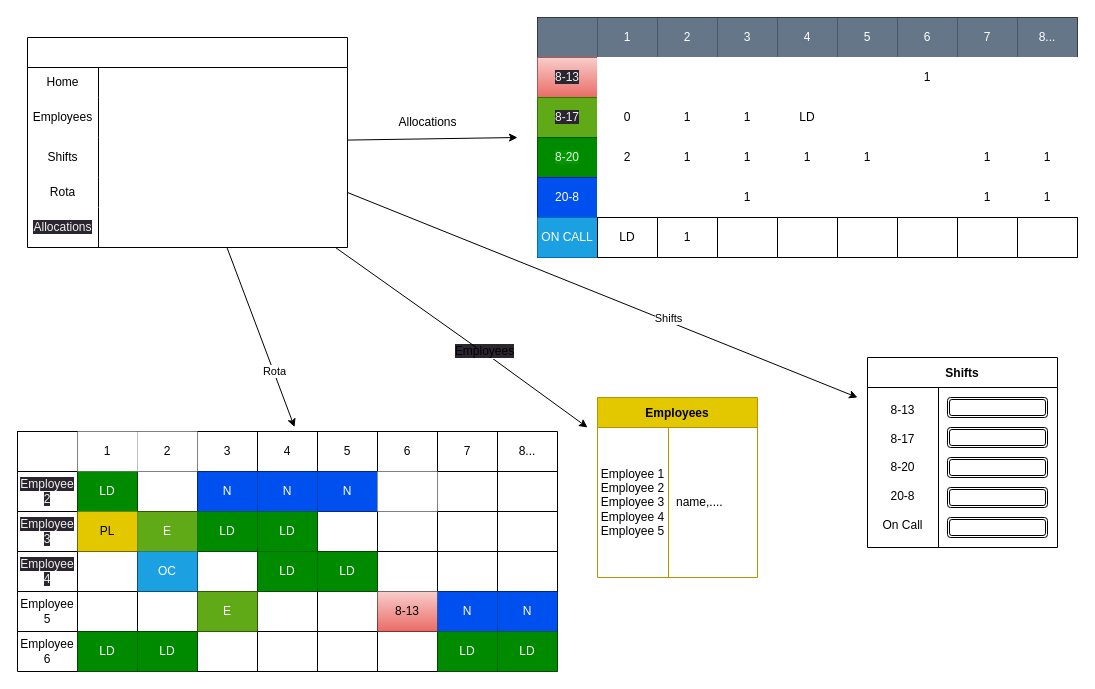
Before: overview.drawio in BoryBo/Bob, a draw.io diagram. Source tidied: cells renumbered, new cells numbered last; positions are measured from the earlier drawing's top-left corner, leaving out a move shared by most shapes. Both pictures are drawn from the tidied source at 100%, with x=0, y=0 at pixel (17, 17).
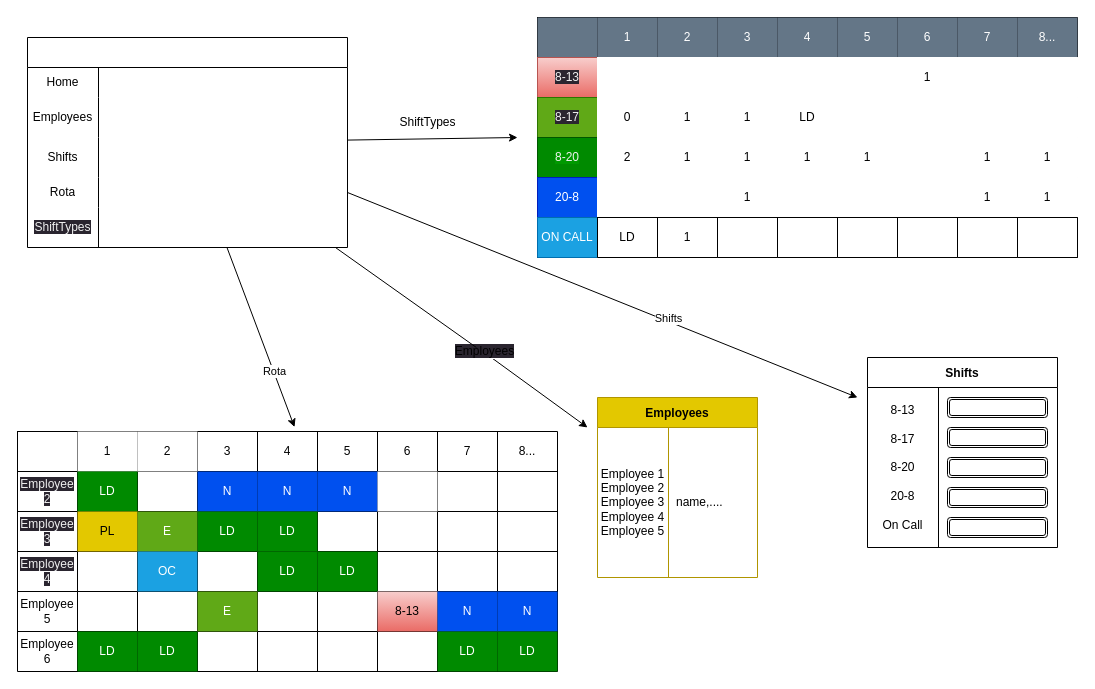
The same diagram, later.

Unchanged cells that the change refers to:
```xml
<mxCell id="20" style="shape=tableRow;horizontal=0;startSize=0;swimlaneHead=0;swimlaneBody=0;top=0;left=0;bottom=0;right=0;fillColor=none;" parent="7" vertex="1">
  <mxGeometry y="170" width="320" height="40" as="geometry" />
</mxCell>
```

What changed in the source:
```diff
@@
-    <mxCell id="21" value="&lt;span style=&quot;color: rgb(240, 240, 240); font-family: Helvetica; font-size: 12px; font-style: normal; font-variant-ligatures: normal; font-variant-caps: normal; font-weight: 400; letter-spacing: normal; orphans: 2; text-align: center; text-indent: 0px; text-transform: none; widows: 2; word-spacing: 0px; -webkit-text-stroke-width: 0px; background-color: rgb(42, 37, 47); text-decoration-thickness: initial; text-decoration-style: initial; text-decoration-color: initial; float: none; display: inline !important;&quot;&gt;Allocations&lt;/span&gt;&lt;br style=&quot;border-color: rgb(0, 0, 0); color: rgb(240, 240, 240); font-family: Helvetica; font-size: 12px; font-style: normal; font-variant-ligatures: normal; font-variant-caps: normal; font-weight: 400; letter-spacing: normal; orphans: 2; text-align: center; text-indent: 0px; text-transform: none; widows: 2; word-spacing: 0px; -webkit-text-stroke-width: 0px; background-color: rgb(42, 37, 47); text-decoration-thickness: initial; text-decoration-style: initial; text-decoration-color: initial;&quot;&gt;" style="shape=partialRectangle;html=1;whiteSpace=wrap;fillColor=none;top=0;left=0;bottom=0;right=0;overflow=hidden;" parent="20" vertex="1">
+    <mxCell id="21" value="&lt;span style=&quot;color: rgb(240, 240, 240); font-family: Helvetica; font-size: 12px; font-style: normal; font-variant-ligatures: normal; font-variant-caps: normal; font-weight: 400; letter-spacing: normal; orphans: 2; text-align: center; text-indent: 0px; text-transform: none; widows: 2; word-spacing: 0px; -webkit-text-stroke-width: 0px; background-color: rgb(42, 37, 47); text-decoration-thickness: initial; text-decoration-style: initial; text-decoration-color: initial; float: none; display: inline !important;&quot;&gt;ShiftTypes&lt;/span&gt;&lt;br style=&quot;border-color: rgb(0, 0, 0); color: rgb(240, 240, 240); font-family: Helvetica; font-size: 12px; font-style: normal; font-variant-ligatures: normal; font-variant-caps: normal; font-weight: 400; letter-spacing: normal; orphans: 2; text-align: center; text-indent: 0px; text-transform: none; widows: 2; word-spacing: 0px; -webkit-text-stroke-width: 0px; background-color: rgb(42, 37, 47); text-decoration-thickness: initial; text-decoration-style: initial; text-decoration-color: initial;&quot;&gt;" style="shape=partialRectangle;html=1;whiteSpace=wrap;fillColor=none;top=0;left=0;bottom=0;right=0;overflow=hidden;" parent="20" vertex="1">
       <mxGeometry width="71" height="40" as="geometry" />
     </mxCell>
@@
-    <mxCell id="160" value="Allocations" style="text;html=1;align=center;verticalAlign=middle;strokeColor=none;fillColor=none;" parent="1" vertex="1">
+    <mxCell id="160" value="ShiftTypes" style="text;html=1;align=center;verticalAlign=middle;strokeColor=none;fillColor=none;" parent="1" vertex="1">
       <mxGeometry x="370" y="90" width="80" height="30" as="geometry" />
     </mxCell>
```
